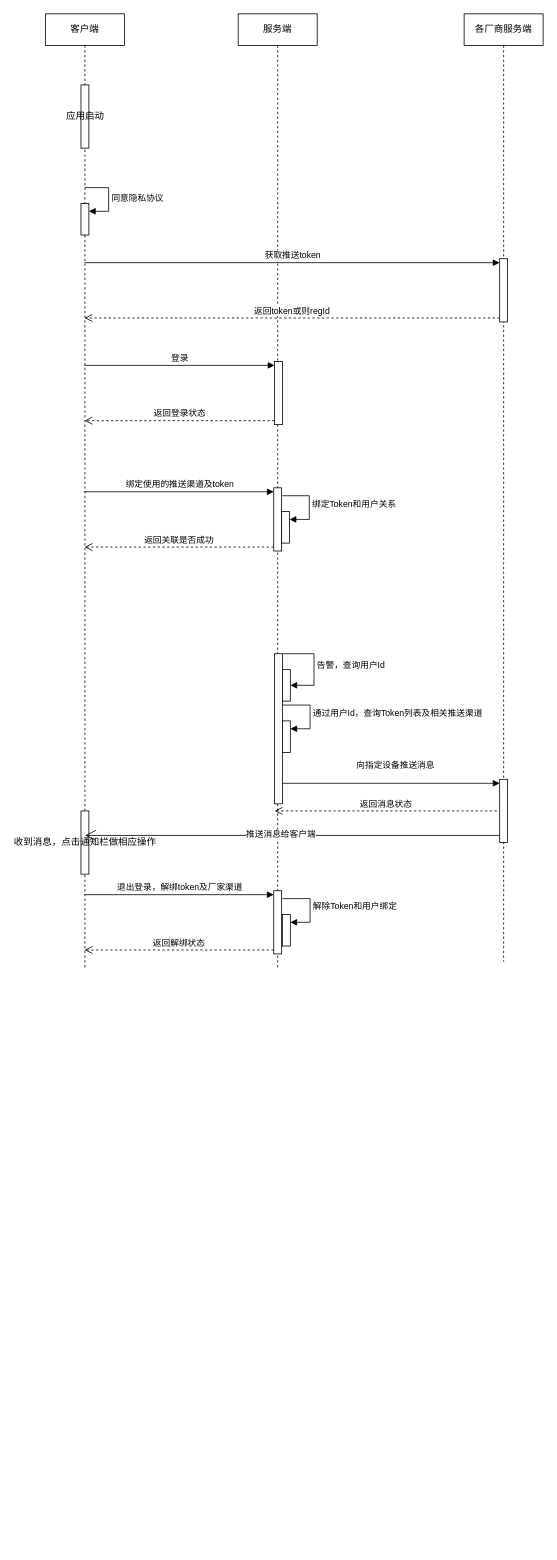
This is 厂商推送自研.drawio from geeker-cmc/css3, a draw.io file, before an edit. Source tidied: cells renumbered, new cells numbered last; positions are measured from the earlier drawing's top-left corner, leaving out a move shared by most shapes. Both pictures are drawn from the tidied source at 79%, with x=0, y=0 at pixel (45, 13).
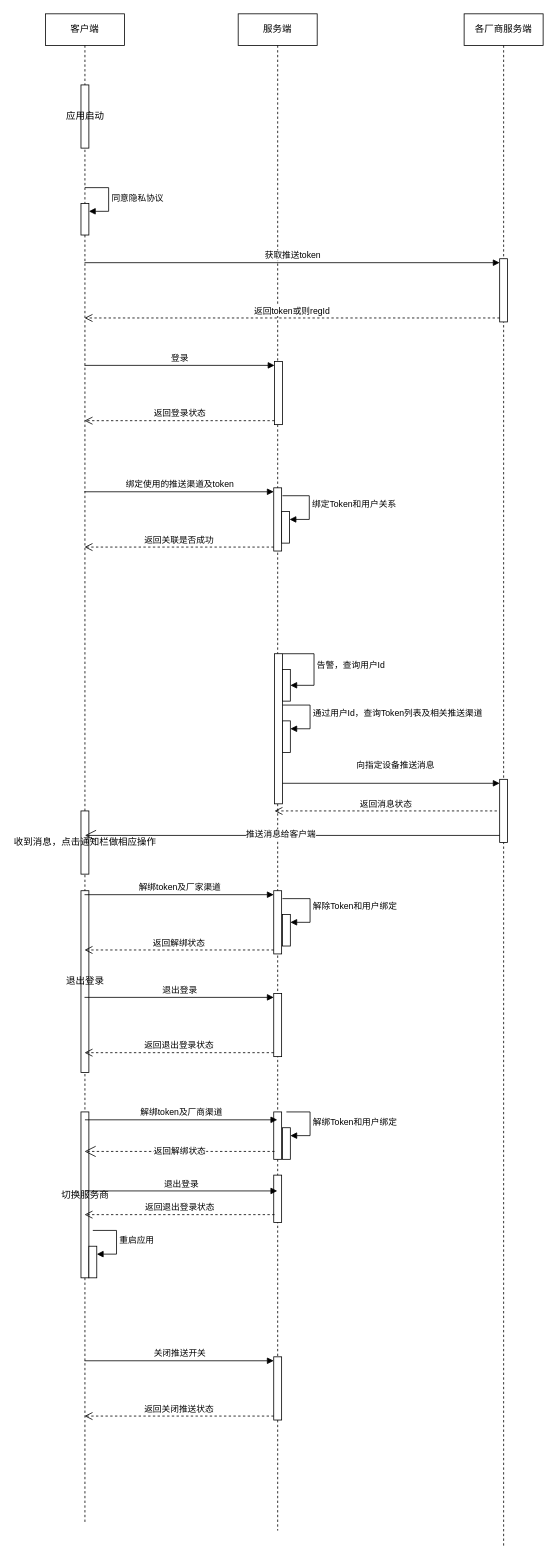
The same page after the edit.

Commit message:
更新厂商推送自研.drawio

Unchanged cells that the change refers to:
```xml
<mxCell id="10" style="html=1;points=[[0,0,0,0,5],[0,1,0,0,-5],[1,0,0,0,5],[1,1,0,0,-5]];perimeter=orthogonalPerimeter;outlineConnect=0;targetShapes=umlLifeline;portConstraint=eastwest;newEdgeStyle={&quot;curved&quot;:0,&quot;rounded&quot;:0};" parent="7" vertex="1">
  <mxGeometry x="45" y="1110" width="10" height="80" as="geometry" />
</mxCell>
```

What changed in the source:
```diff
@@
     <mxCell id="2" value="客户端" style="shape=umlLifeline;perimeter=lifelinePerimeter;whiteSpace=wrap;html=1;outlineConnect=0;portConstraint=eastwest;newEdgeStyle={&quot;curved&quot;:0,&quot;rounded&quot;:0};" parent="1" vertex="1">
-      <mxGeometry width="100" height="1210" as="geometry" />
+      <mxGeometry width="100" height="1910" as="geometry" />
     </mxCell>
@@
+    <mxCell id="35" value="退出登录" style="html=1;perimeter=orthogonalPerimeter;targetShapes=umlLifeline;newEdgeStyle={&quot;curved&quot;:0,&quot;rounded&quot;:0};" parent="2" vertex="1">
+      <mxGeometry x="45" y="1110" width="10" height="230" as="geometry" />
+    </mxCell>
+    <mxCell id="36" value="切换服务商" style="html=1;perimeter=orthogonalPerimeter;targetShapes=umlLifeline;newEdgeStyle={&quot;curved&quot;:0,&quot;rounded&quot;:0};" parent="2" vertex="1">
+      <mxGeometry x="45" y="1390" width="10" height="210" as="geometry" />
+    </mxCell>
+    <mxCell id="37" style="html=1;points=[[0,0,0,0,5],[0,1,0,0,-5],[1,0,0,0,5],[1,1,0,0,-5]];perimeter=orthogonalPerimeter;outlineConnect=0;targetShapes=umlLifeline;portConstraint=eastwest;newEdgeStyle={&quot;curved&quot;:0,&quot;rounded&quot;:0};" parent="2" vertex="1">
+      <mxGeometry x="55" y="1560" width="10" height="40" as="geometry" />
+    </mxCell>
+    <mxCell id="38" value="重启应用" style="html=1;align=left;spacingLeft=2;endArrow=block;rounded=0;edgeStyle=orthogonalEdgeStyle;curved=0;rounded=0;" parent="2" edge="1" target="37">
+      <mxGeometry relative="1" as="geometry">
+        <mxPoint x="60" y="1540" as="sourcePoint" />
+        <Array as="points">
+          <mxPoint x="90" y="1570" />
+        </Array>
+      </mxGeometry>
+    </mxCell>
     <mxCell id="7" value="服务端" style="shape=umlLifeline;perimeter=lifelinePerimeter;whiteSpace=wrap;html=1;outlineConnect=0;portConstraint=eastwest;newEdgeStyle={&quot;curved&quot;:0,&quot;rounded&quot;:0};" parent="1" vertex="1">
-      <mxGeometry x="244" width="100" height="1210" as="geometry" />
+      <mxGeometry x="244" width="100" height="1920" as="geometry" />
     </mxCell>
@@
+    <mxCell id="39" style="html=1;points=[[0,0,0,0,5],[0,1,0,0,-5],[1,0,0,0,5],[1,1,0,0,-5]];perimeter=orthogonalPerimeter;outlineConnect=0;targetShapes=umlLifeline;portConstraint=eastwest;newEdgeStyle={&quot;curved&quot;:0,&quot;rounded&quot;:0};" parent="7" vertex="1">
+      <mxGeometry x="45" y="1240" width="10" height="80" as="geometry" />
+    </mxCell>
+    <mxCell id="40" style="html=1;perimeter=orthogonalPerimeter;targetShapes=umlLifeline;newEdgeStyle={&quot;curved&quot;:0,&quot;rounded&quot;:0};" parent="7" vertex="1">
+      <mxGeometry x="45" y="1390" width="10" height="60" as="geometry" />
+    </mxCell>
+    <mxCell id="41" style="html=1;perimeter=orthogonalPerimeter;targetShapes=umlLifeline;newEdgeStyle={&quot;curved&quot;:0,&quot;rounded&quot;:0};" parent="7" vertex="1">
+      <mxGeometry x="45" y="1470" width="10" height="60" as="geometry" />
+    </mxCell>
+    <mxCell id="42" style="html=1;points=[[0,0,0,0,5],[0,1,0,0,-5],[1,0,0,0,5],[1,1,0,0,-5]];perimeter=orthogonalPerimeter;outlineConnect=0;targetShapes=umlLifeline;portConstraint=eastwest;newEdgeStyle={&quot;curved&quot;:0,&quot;rounded&quot;:0};" parent="7" vertex="1">
+      <mxGeometry x="56" y="1410" width="10" height="40" as="geometry" />
+    </mxCell>
+    <mxCell id="43" value="解绑Token和用户绑定" style="html=1;align=left;spacingLeft=2;endArrow=block;rounded=0;edgeStyle=orthogonalEdgeStyle;curved=0;rounded=0;" parent="7" edge="1" target="42">
+      <mxGeometry relative="1" as="geometry">
+        <mxPoint x="61" y="1390" as="sourcePoint" />
+        <Array as="points">
+          <mxPoint x="91" y="1420" />
+        </Array>
+      </mxGeometry>
+    </mxCell>
+    <mxCell id="44" style="html=1;points=[[0,0,0,0,5],[0,1,0,0,-5],[1,0,0,0,5],[1,1,0,0,-5]];perimeter=orthogonalPerimeter;outlineConnect=0;targetShapes=umlLifeline;portConstraint=eastwest;newEdgeStyle={&quot;curved&quot;:0,&quot;rounded&quot;:0};" parent="7" vertex="1">
+      <mxGeometry x="45" y="1700" width="10" height="80" as="geometry" />
+    </mxCell>
     <mxCell id="19" value="各厂商服务端" style="shape=umlLifeline;perimeter=lifelinePerimeter;whiteSpace=wrap;html=1;newEdgeStyle={&quot;curved&quot;:0,&quot;rounded&quot;:0};" parent="1" vertex="1">
-      <mxGeometry x="530" width="100" height="1200" as="geometry" />
+      <mxGeometry x="530" width="100" height="1940" as="geometry" />
     </mxCell>
@@
-    <mxCell id="28" value="退出登录，解绑token及厂家渠道" style="html=1;verticalAlign=bottom;endArrow=block;curved=0;rounded=0;entryX=0;entryY=0;entryDx=0;entryDy=5;" parent="1" edge="1" source="2" target="10">
+    <mxCell id="28" value="解绑token及厂家渠道" style="html=1;verticalAlign=bottom;endArrow=block;curved=0;rounded=0;entryX=0;entryY=0;entryDx=0;entryDy=5;" parent="1" edge="1" source="2" target="10">
       <mxGeometry relative="1" as="geometry" />
     </mxCell>
@@
+    <mxCell id="45" value="退出登录" style="html=1;verticalAlign=bottom;endArrow=block;curved=0;rounded=0;entryX=0;entryY=0;entryDx=0;entryDy=5;" parent="1" edge="1" source="2" target="39">
+      <mxGeometry relative="1" as="geometry" />
+    </mxCell>
+    <mxCell id="46" value="返回退出登录状态" style="html=1;verticalAlign=bottom;endArrow=open;dashed=1;endSize=8;curved=0;rounded=0;exitX=0;exitY=1;exitDx=0;exitDy=-5;" parent="1" edge="1" source="39" target="2">
+      <mxGeometry relative="1" as="geometry" />
+    </mxCell>
+    <mxCell id="47" value="解绑token及厂商渠道" style="html=1;verticalAlign=bottom;endArrow=block;curved=0;rounded=0;" parent="1" edge="1" target="7">
+      <mxGeometry relative="1" as="geometry">
+        <mxPoint x="50" y="1400" as="sourcePoint" />
+      </mxGeometry>
+    </mxCell>
+    <mxCell id="48" value="返回解绑状态" style="endArrow=open;endSize=12;dashed=1;html=1;rounded=0;" parent="1" edge="1" target="2">
+      <mxGeometry relative="1" as="geometry">
+        <mxPoint x="290" y="1440" as="sourcePoint" />
+      </mxGeometry>
+    </mxCell>
+    <mxCell id="49" value="退出登录" style="html=1;verticalAlign=bottom;endArrow=block;curved=0;rounded=0;" parent="1" edge="1" target="7">
+      <mxGeometry relative="1" as="geometry">
+        <mxPoint x="50" y="1490" as="sourcePoint" />
+      </mxGeometry>
+    </mxCell>
+    <mxCell id="50" value="返回退出登录状态" style="html=1;verticalAlign=bottom;endArrow=open;dashed=1;endSize=8;curved=0;rounded=0;" parent="1" edge="1" target="2">
+      <mxGeometry relative="1" as="geometry">
+        <mxPoint x="290" y="1520" as="sourcePoint" />
+      </mxGeometry>
+    </mxCell>
+    <mxCell id="51" value="关闭推送开关" style="html=1;verticalAlign=bottom;endArrow=block;curved=0;rounded=0;entryX=0;entryY=0;entryDx=0;entryDy=5;" parent="1" edge="1" source="2" target="44">
+      <mxGeometry relative="1" as="geometry" />
+    </mxCell>
+    <mxCell id="52" value="返回关闭推送状态" style="html=1;verticalAlign=bottom;endArrow=open;dashed=1;endSize=8;curved=0;rounded=0;exitX=0;exitY=1;exitDx=0;exitDy=-5;" parent="1" edge="1" source="44" target="2">
+      <mxGeometry relative="1" as="geometry" />
+    </mxCell>
```
